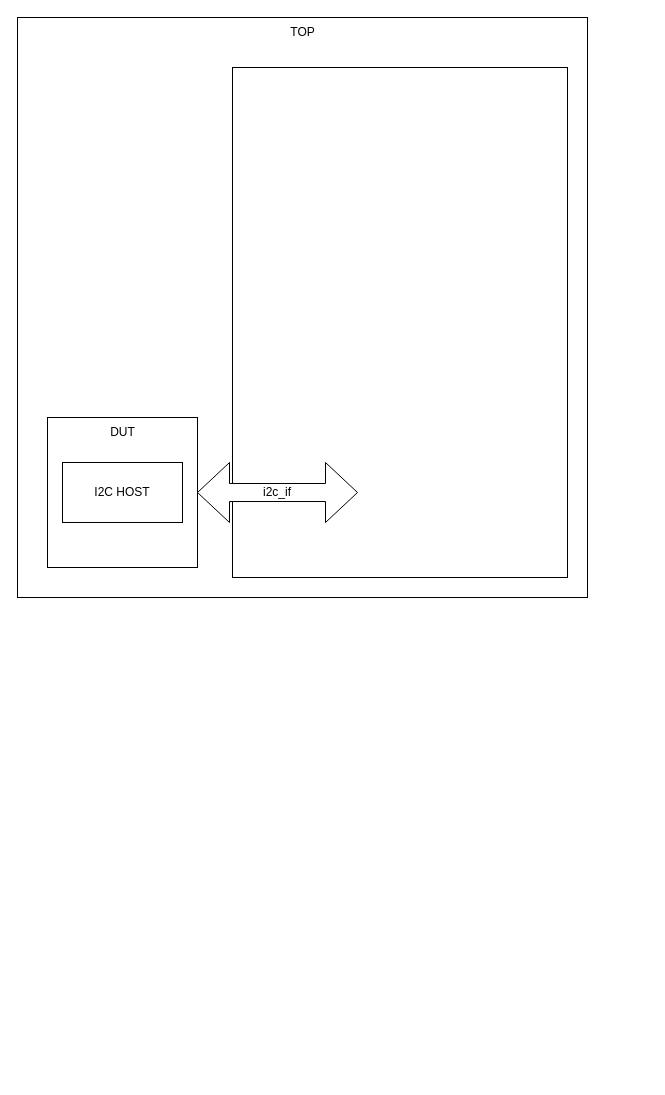
The draw.io diagram verification_architecture.drawio in eecastillo/uvm_i2c_dut, before the edit. Source tidied: cells renumbered, new cells numbered last; positions are measured from the earlier drawing's top-left corner, leaving out a move shared by most shapes. Both pictures are drawn from the tidied source at 100%, with x=0, y=0 at pixel (17, 17).
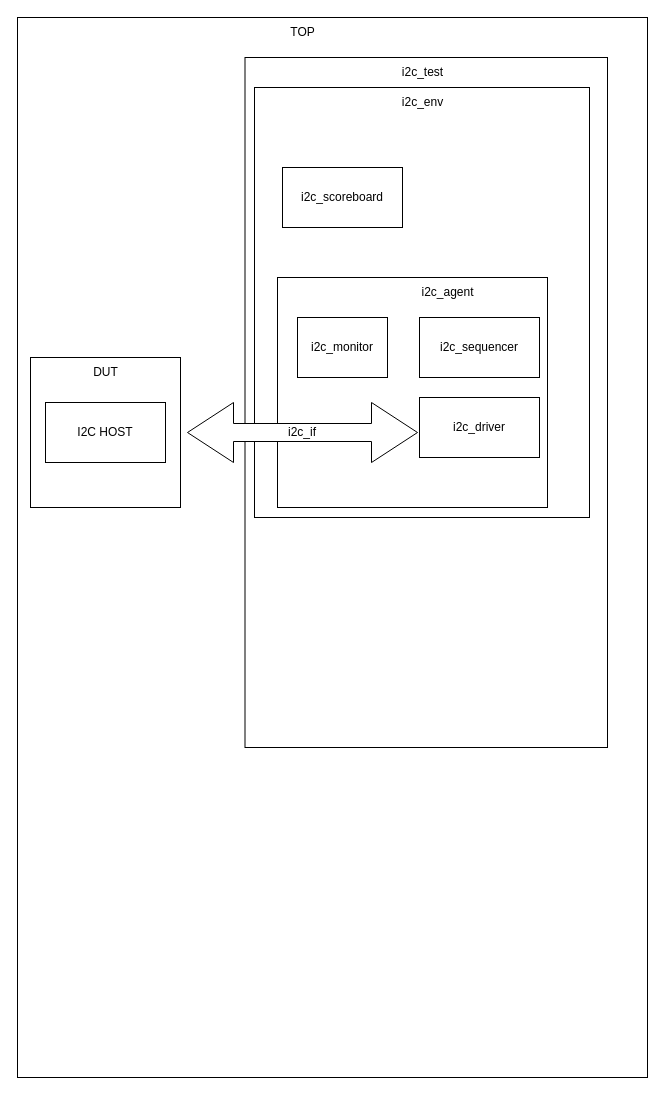
After the change.

The edit, as a diff of the source:
```diff
@@
 <mxGraphModel>
   <root>
     <mxCell id="0" />
     <mxCell id="1" parent="0" />
     <mxCell id="2" style="rounded=0;whiteSpace=wrap;html=1;" parent="1" vertex="1">
-      <mxGeometry width="570" height="580" as="geometry" />
+      <mxGeometry width="630" height="1060" as="geometry" />
     </mxCell>
+    <mxCell id="9" style="rounded=0;whiteSpace=wrap;html=1;" parent="1" vertex="1">
+      <mxGeometry x="227.5" y="40" width="362.5" height="690" as="geometry" />
+    </mxCell>
     <mxCell id="3" value="TOP" style="text;html=1;align=center;verticalAlign=middle;strokeColor=none;fillColor=none;" parent="1" vertex="1">
       <mxGeometry x="260" width="50" height="30" as="geometry" />
     </mxCell>
     <mxCell id="4" style="rounded=0;whiteSpace=wrap;html=1;" parent="1" vertex="1">
-      <mxGeometry x="30" y="400" width="150" height="150" as="geometry" />
+      <mxGeometry x="13" y="340" width="150" height="150" as="geometry" />
     </mxCell>
     <mxCell id="5" value="DUT" style="text;html=1;align=center;verticalAlign=middle;strokeColor=none;fillColor=none;" parent="1" vertex="1">
-      <mxGeometry x="80" y="400" width="50" height="30" as="geometry" />
+      <mxGeometry x="63" y="340" width="50" height="30" as="geometry" />
     </mxCell>
     <mxCell id="6" value="I2C HOST" style="rounded=0;whiteSpace=wrap;html=1;" parent="1" vertex="1">
-      <mxGeometry x="45" y="445" width="120" height="60" as="geometry" />
+      <mxGeometry x="28" y="385" width="120" height="60" as="geometry" />
     </mxCell>
     <mxCell id="7" style="rounded=0;whiteSpace=wrap;html=1;" parent="1" vertex="1">
-      <mxGeometry x="215" y="50" width="335" height="510" as="geometry" />
+      <mxGeometry x="237" y="70" width="335" height="430" as="geometry" />
     </mxCell>
+    <mxCell id="10" style="whiteSpace=wrap;html=1;" parent="1" vertex="1">
+      <mxGeometry x="260" y="260" width="270" height="230" as="geometry" />
+    </mxCell>
     <mxCell id="8" value="i2c_if" style="shape=doubleArrow;whiteSpace=wrap;html=1;" parent="1" vertex="1">
-      <mxGeometry x="180" y="445" width="160" height="60" as="geometry" />
+      <mxGeometry x="170" y="385" width="230" height="60" as="geometry" />
     </mxCell>
+    <mxCell id="11" value="i2c_driver" style="whiteSpace=wrap;html=1;" parent="1" vertex="1">
+      <mxGeometry x="402" y="380" width="120" height="60" as="geometry" />
+    </mxCell>
+    <mxCell id="12" value="i2c_sequencer" style="whiteSpace=wrap;html=1;" parent="1" vertex="1">
+      <mxGeometry x="402" y="300" width="120" height="60" as="geometry" />
+    </mxCell>
+    <mxCell id="13" value="i2c_agent" style="text;html=1;align=center;verticalAlign=middle;strokeColor=none;fillColor=none;" parent="1" vertex="1">
+      <mxGeometry x="390" y="260" width="80" height="30" as="geometry" />
+    </mxCell>
+    <mxCell id="14" value="i2c_monitor" style="whiteSpace=wrap;html=1;" parent="1" vertex="1">
+      <mxGeometry x="280" y="300" width="90" height="60" as="geometry" />
+    </mxCell>
+    <mxCell id="15" value="i2c_scoreboard" style="whiteSpace=wrap;html=1;" parent="1" vertex="1">
+      <mxGeometry x="265" y="150" width="120" height="60" as="geometry" />
+    </mxCell>
+    <mxCell id="16" value="i2c_env" style="text;html=1;align=center;verticalAlign=middle;strokeColor=none;fillColor=none;" parent="1" vertex="1">
+      <mxGeometry x="374.5" y="70" width="60" height="30" as="geometry" />
+    </mxCell>
+    <mxCell id="17" value="i2c_test" style="text;html=1;align=center;verticalAlign=middle;strokeColor=none;fillColor=none;" parent="1" vertex="1">
+      <mxGeometry x="374.5" y="40" width="60" height="30" as="geometry" />
+    </mxCell>
   </root>
 </mxGraphModel>
```
